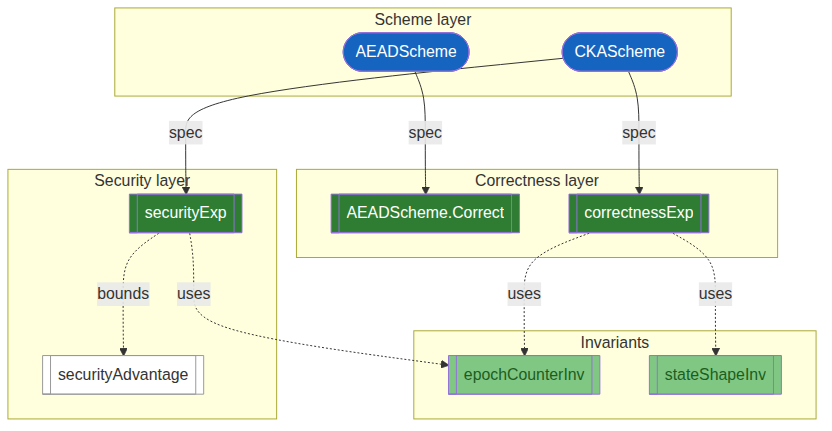
This is docs/img/vcvio.png from Beneficial-AI-Foundation/probe, a Mermaid export, as it was before one commit. Its source is kept beside it as docs/img/vcvio.mmd.
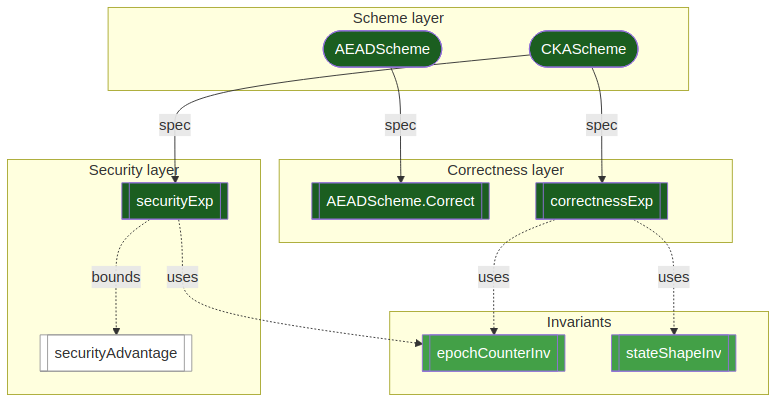
Later version of the same file.

The edit, as a diff of the source:
```diff
@@ -1,7 +1,7 @@
 flowchart TD
     subgraph scheme ["Scheme layer"]
-        s1(["AEADScheme"]):::darkBlue
-        s2(["CKAScheme"]):::darkBlue
+        s1(["AEADScheme"]):::darkGreen
+        s2(["CKAScheme"]):::darkGreen
     end
     subgraph correctness ["Correctness layer"]
         c1[["AEADScheme.Correct"]]:::darkGreen
@@ -23,6 +23,5 @@
     c2 -.->|uses| i2
     sec1 -.->|uses| i1
     classDef white fill:#fff,color:#333,stroke:#999
-    classDef darkBlue fill:#1565c0,color:#fff
-    classDef lightGreen fill:#81c784,color:#1b5e20
-    classDef darkGreen fill:#2e7d32,color:#fff
+    classDef darkGreen fill:#1B5E20,color:#fff
+    classDef lightGreen fill:#43A047,color:#fff
```
